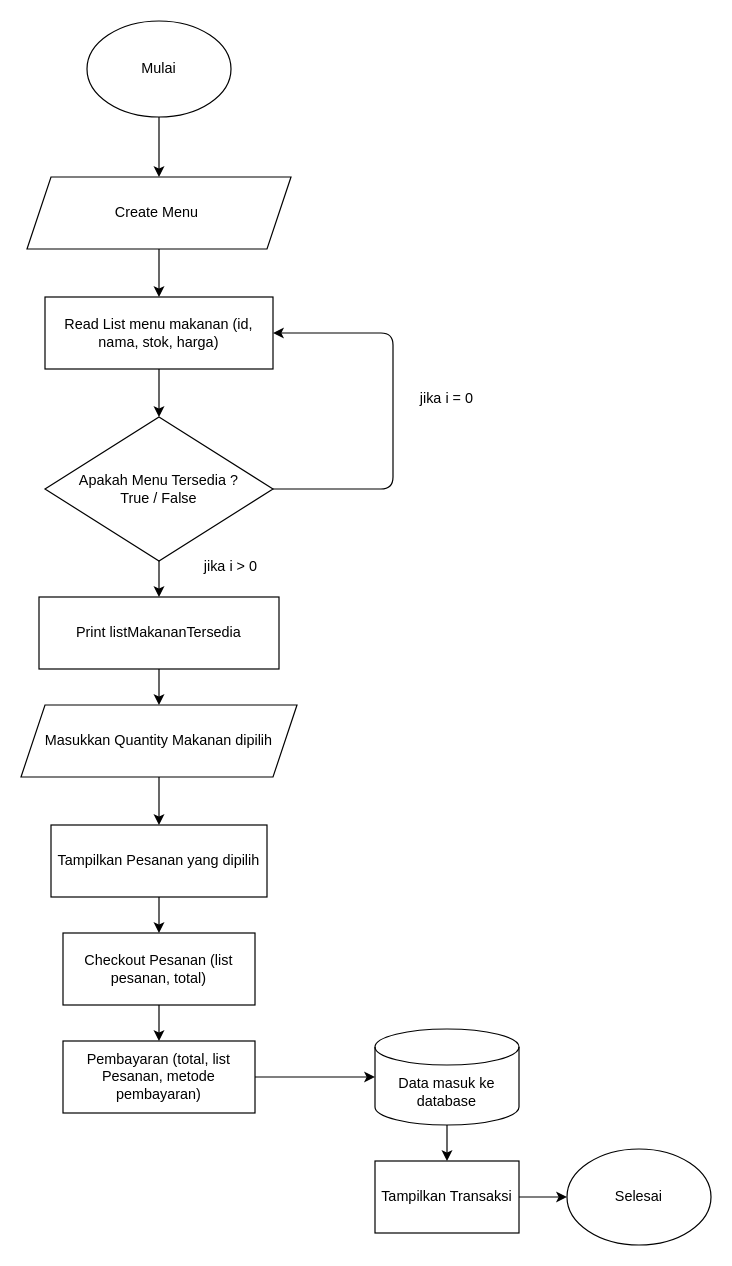
This is flowchart.drawio from faizarachma/faiza_rachma-orderMakananOnline, a draw.io file, before an edit. Source tidied: cells renumbered, new cells numbered last; positions are measured from the earlier drawing's top-left corner, leaving out a move shared by most shapes. Both pictures are drawn from the tidied source at 120%, with x=0, y=0 at pixel (20, 20).
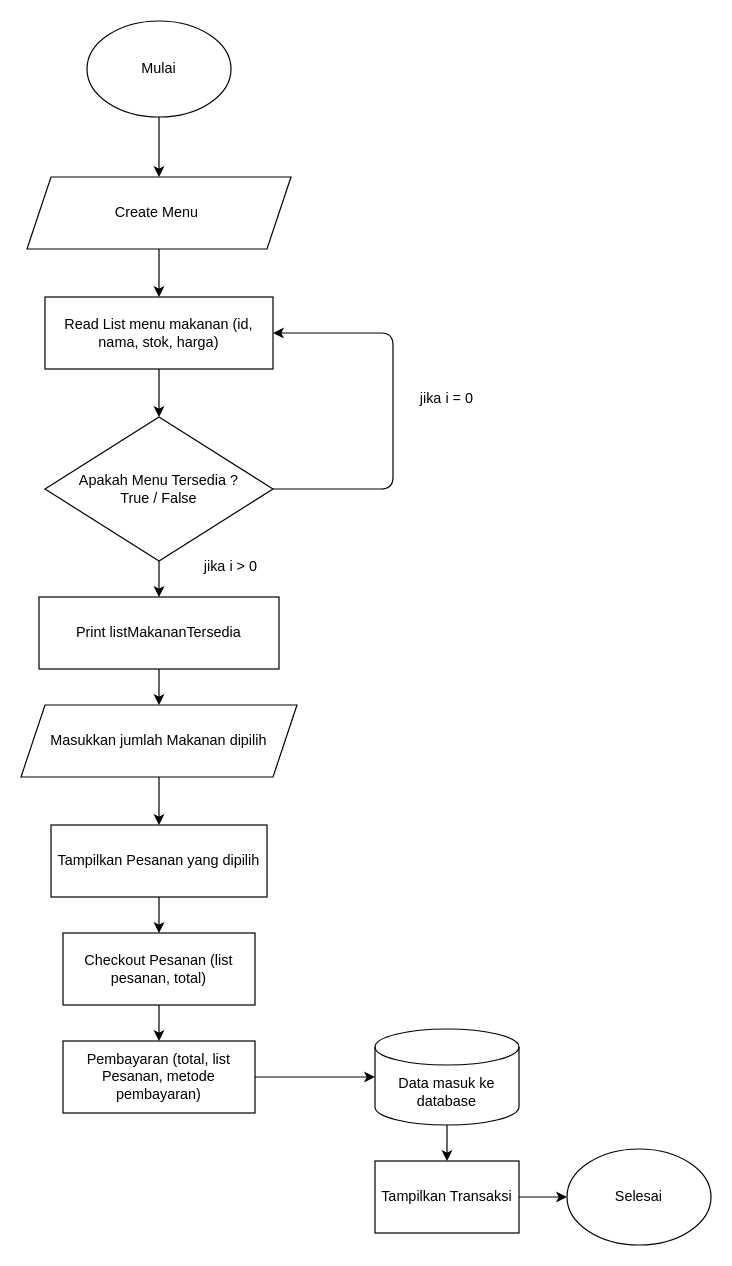
Above is the later version.

Commit message:
update masukkan jumlah

The edit, as a diff of the source:
```diff
@@
-    <mxCell id="12" value="Masukkan Quantity Makanan dipilih" style="shape=parallelogram;perimeter=parallelogramPerimeter;whiteSpace=wrap;html=1;fixedSize=1;" parent="1" vertex="1">
+    <mxCell id="12" value="Masukkan jumlah Makanan dipilih" style="shape=parallelogram;perimeter=parallelogramPerimeter;whiteSpace=wrap;html=1;fixedSize=1;" parent="1" vertex="1">
       <mxGeometry y="570" width="230" height="60" as="geometry" />
     </mxCell>
```
